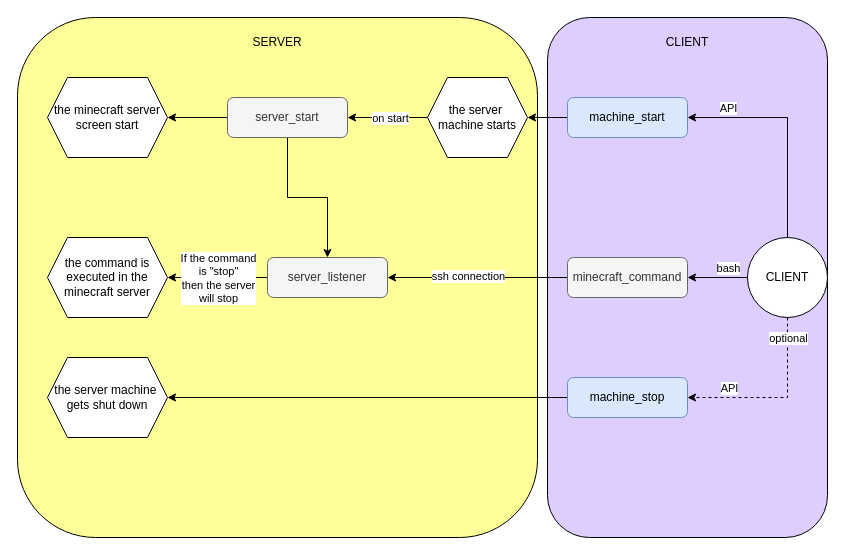
Before: img/framework.drawio in StudiousPillow/MinecraftHostOnOff, a draw.io diagram. Source tidied: cells renumbered, new cells numbered last; positions are measured from the earlier drawing's top-left corner, leaving out a move shared by most shapes. Both pictures are drawn from the tidied source at 100%, with x=0, y=0 at pixel (17, 17).
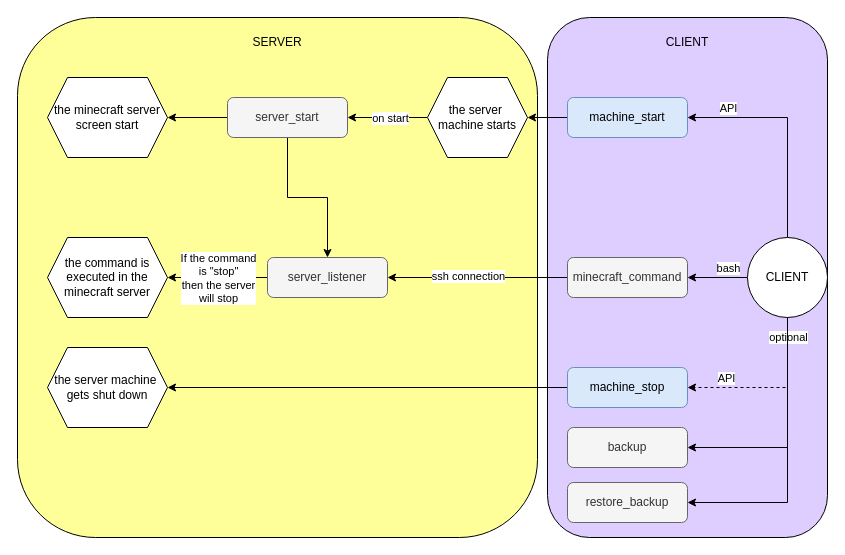
The same page after the edit.

Commit message (it also covers changes not shown here):
backup in img

Unchanged cells that the change refers to:
```xml
<mxCell id="20" value="CLIENT" style="ellipse;whiteSpace=wrap;html=1;" parent="1" vertex="1">
  <mxGeometry x="730" y="220" width="80" height="80" as="geometry" />
</mxCell>
```

What changed in the source:
```diff
@@
+    <mxCell id="33" style="edgeStyle=orthogonalEdgeStyle;rounded=0;jettySize=auto;html=1;exitX=0.5;exitY=1;exitDx=0;exitDy=0;entryX=1;entryY=0.5;entryDx=0;entryDy=0;" parent="1" edge="1" source="20" target="35">
+      <mxGeometry relative="1" as="geometry" />
+    </mxCell>
+    <mxCell id="34" style="edgeStyle=orthogonalEdgeStyle;rounded=0;jettySize=auto;html=1;exitX=0.5;exitY=1;exitDx=0;exitDy=0;entryX=1;entryY=0.5;entryDx=0;entryDy=0;" parent="1" edge="1" source="20" target="36">
+      <mxGeometry relative="1" as="geometry" />
+    </mxCell>
@@
     <mxCell id="28" value="the server machine&amp;nbsp;&lt;div&gt;gets shut down&lt;/div&gt;" style="shape=hexagon;perimeter=hexagonPerimeter2;whiteSpace=wrap;html=1;fixedSize=1;" parent="1" vertex="1">
-      <mxGeometry x="30" y="340" width="120" height="80" as="geometry" />
+      <mxGeometry x="30" y="330" width="120" height="80" as="geometry" />
     </mxCell>
@@
     <mxCell id="30" value="&lt;div&gt;&lt;div&gt;machine_stop&lt;/div&gt;&lt;/div&gt;" style="rounded=1;whiteSpace=wrap;html=1;fontSize=12;glass=0;strokeWidth=1;shadow=0;fillColor=#dae8fc;strokeColor=#6c8ebf;" parent="1" vertex="1">
-      <mxGeometry x="550" y="360" width="120" height="40" as="geometry" />
+      <mxGeometry x="550" y="350" width="120" height="40" as="geometry" />
     </mxCell>
@@
+    <mxCell id="35" value="backup" style="rounded=1;whiteSpace=wrap;html=1;fontSize=12;glass=0;strokeWidth=1;shadow=0;fillColor=#f5f5f5;fontColor=#333333;strokeColor=#666666;" parent="1" vertex="1">
+      <mxGeometry x="550" y="410" width="120" height="40" as="geometry" />
+    </mxCell>
+    <mxCell id="36" value="restore_backup" style="rounded=1;whiteSpace=wrap;html=1;fontSize=12;glass=0;strokeWidth=1;shadow=0;fillColor=#f5f5f5;fontColor=#333333;strokeColor=#666666;" parent="1" vertex="1">
+      <mxGeometry x="550" y="465" width="120" height="40" as="geometry" />
+    </mxCell>
```
